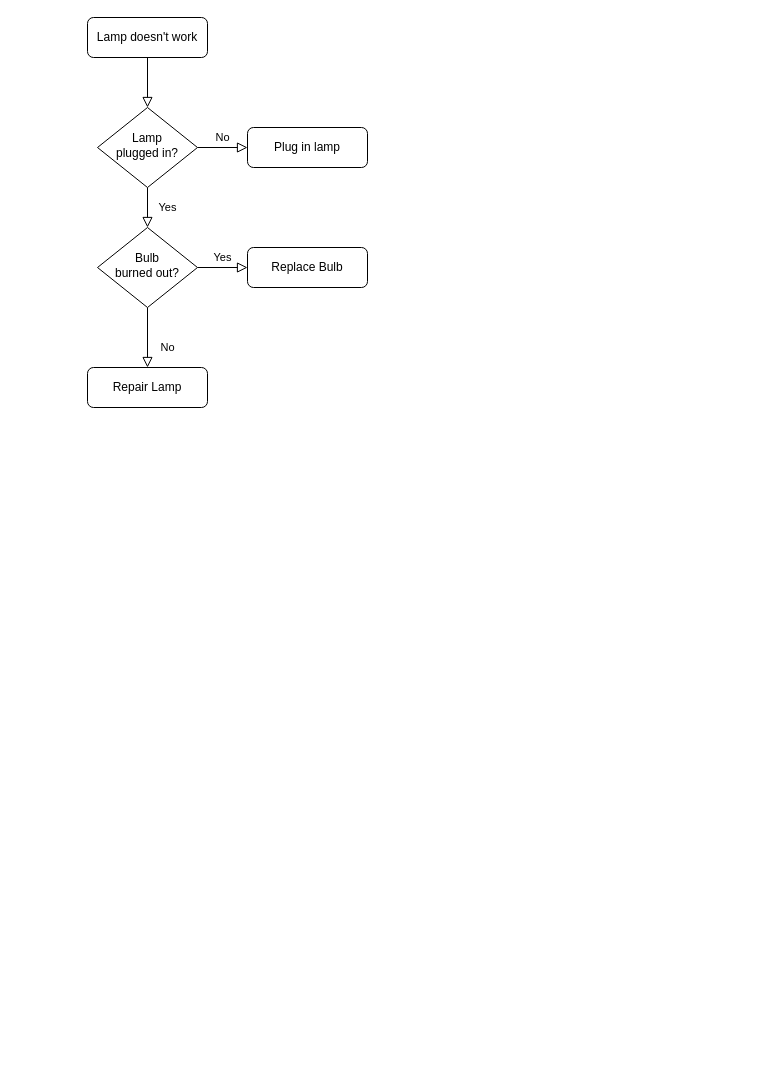
ChaimaeBen/Quizz keeps this draw.io diagram as Untitled Diagram.drawio. Above is the earlier version. Source tidied: cells renumbered, new cells numbered last; positions are measured from the earlier drawing's top-left corner, leaving out a move shared by most shapes. Both pictures are drawn from the tidied source at 100%, with x=0, y=0 at pixel (87, 17).
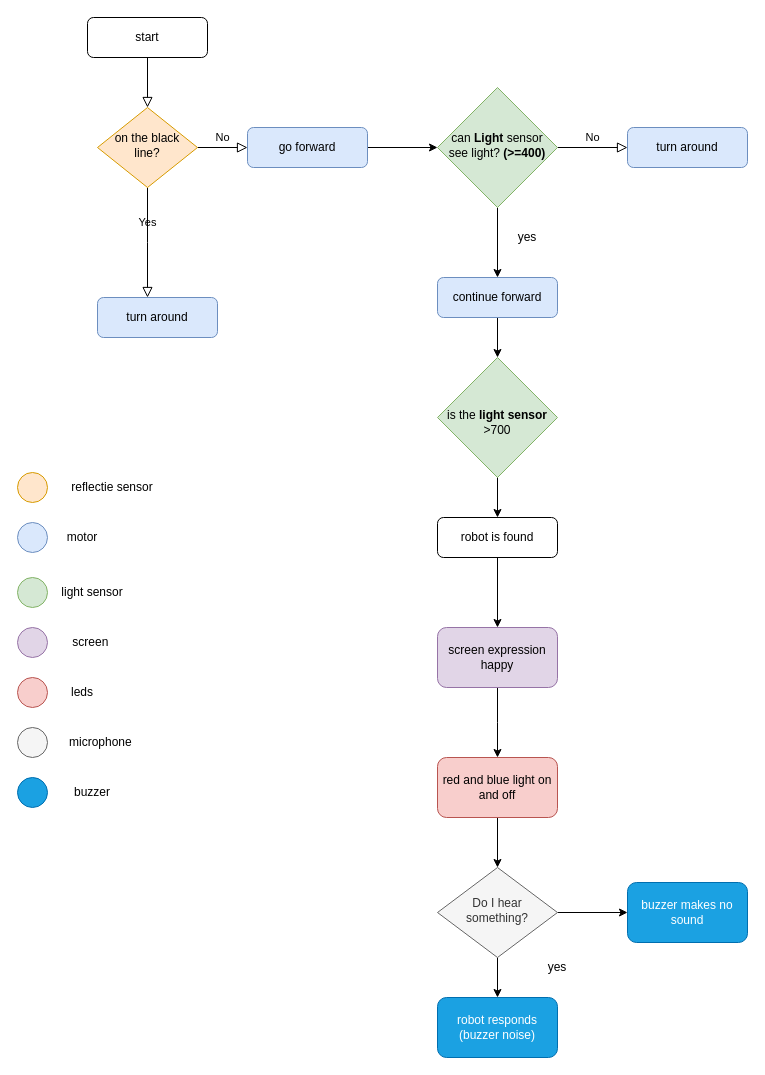
The same page after the edit.

Diff of the diagram source:
```diff
@@
-    <mxCell id="3" value="Lamp doesn't work" style="rounded=1;whiteSpace=wrap;html=1;fontSize=12;glass=0;strokeWidth=1;shadow=0;" parent="1" vertex="1">
+    <mxCell id="3" value="start" style="rounded=1;whiteSpace=wrap;html=1;fontSize=12;glass=0;strokeWidth=1;shadow=0;" parent="1" vertex="1">
       <mxGeometry width="120" height="40" as="geometry" />
     </mxCell>
-    <mxCell id="4" value="Yes" style="rounded=0;html=1;jettySize=auto;fontSize=11;endArrow=block;endFill=0;endSize=8;strokeWidth=1;shadow=0;labelBackgroundColor=none;edgeStyle=orthogonalEdgeStyle;" parent="1" edge="1" source="6" target="10">
-      <mxGeometry y="20" relative="1" as="geometry" />
+    <mxCell id="4" value="Yes" style="rounded=0;html=1;jettySize=auto;fontSize=11;endArrow=block;endFill=0;endSize=8;strokeWidth=1;shadow=0;labelBackgroundColor=none;edgeStyle=orthogonalEdgeStyle;" parent="1" edge="1" source="6">
+      <mxGeometry y="20" relative="1" as="geometry">
+        <mxPoint x="60" y="280" as="targetPoint" />
+      </mxGeometry>
     </mxCell>
@@
-    <mxCell id="6" value="Lamp&lt;br&gt;plugged in?" style="rhombus;whiteSpace=wrap;html=1;shadow=0;fontFamily=Helvetica;fontSize=12;align=center;strokeWidth=1;spacing=6;spacingTop=-4;" parent="1" vertex="1">
+    <mxCell id="6" value="on the black line?" style="rhombus;whiteSpace=wrap;html=1;shadow=0;fontFamily=Helvetica;fontSize=12;align=center;strokeWidth=1;spacing=6;spacingTop=-4;fillColor=#ffe6cc;strokeColor=#d79b00;" parent="1" vertex="1">
       <mxGeometry x="10" y="90" width="100" height="80" as="geometry" />
     </mxCell>
+    <mxCell id="13" style="edgeStyle=orthogonalEdgeStyle;rounded=0;jettySize=auto;html=1;" parent="1" edge="1" source="7" target="15">
+      <mxGeometry relative="1" as="geometry" />
+    </mxCell>
-    <mxCell id="7" value="Plug in lamp" style="rounded=1;whiteSpace=wrap;html=1;fontSize=12;glass=0;strokeWidth=1;shadow=0;" parent="1" vertex="1">
+    <mxCell id="7" value="go forward" style="rounded=1;whiteSpace=wrap;html=1;fontSize=12;glass=0;strokeWidth=1;shadow=0;fillColor=#dae8fc;strokeColor=#6c8ebf;" parent="1" vertex="1">
       <mxGeometry x="160" y="110" width="120" height="40" as="geometry" />
     </mxCell>
-    <mxCell id="8" value="No" style="rounded=0;html=1;jettySize=auto;fontSize=11;endArrow=block;endFill=0;endSize=8;strokeWidth=1;shadow=0;labelBackgroundColor=none;edgeStyle=orthogonalEdgeStyle;" parent="1" edge="1" source="10" target="11">
-      <mxGeometry x="0.33" y="20" relative="1" as="geometry" />
+    <mxCell id="8" value="No" style="edgeStyle=orthogonalEdgeStyle;rounded=0;html=1;jettySize=auto;fontSize=11;endArrow=block;endFill=0;endSize=8;strokeWidth=1;shadow=0;labelBackgroundColor=none;entryX=0;entryY=0.5;entryDx=0;entryDy=0;" parent="1" edge="1" source="15" target="16">
+      <mxGeometry y="10" relative="1" as="geometry" />
     </mxCell>
-    <mxCell id="9" value="Yes" style="edgeStyle=orthogonalEdgeStyle;rounded=0;html=1;jettySize=auto;fontSize=11;endArrow=block;endFill=0;endSize=8;strokeWidth=1;shadow=0;labelBackgroundColor=none;" parent="1" edge="1" source="10" target="12">
-      <mxGeometry y="10" relative="1" as="geometry" />
-    </mxCell>
-    <mxCell id="10" value="Bulb&lt;br&gt;burned out?" style="rhombus;whiteSpace=wrap;html=1;shadow=0;fontFamily=Helvetica;fontSize=12;align=center;strokeWidth=1;spacing=6;spacingTop=-4;" parent="1" vertex="1">
-      <mxGeometry x="10" y="210" width="100" height="80" as="geometry" />
-    </mxCell>
-    <mxCell id="11" value="Repair Lamp" style="rounded=1;whiteSpace=wrap;html=1;fontSize=12;glass=0;strokeWidth=1;shadow=0;" parent="1" vertex="1">
-      <mxGeometry y="350" width="120" height="40" as="geometry" />
-    </mxCell>
-    <mxCell id="12" value="Replace Bulb" style="rounded=1;whiteSpace=wrap;html=1;fontSize=12;glass=0;strokeWidth=1;shadow=0;" parent="1" vertex="1">
-      <mxGeometry x="160" y="230" width="120" height="40" as="geometry" />
-    </mxCell>
+    <mxCell id="14" style="edgeStyle=orthogonalEdgeStyle;rounded=0;jettySize=auto;html=1;" parent="1" edge="1" source="15" target="18">
+      <mxGeometry relative="1" as="geometry" />
+    </mxCell>
+    <mxCell id="15" value="can &lt;b&gt;Light &lt;/b&gt;sensor see light?&lt;b&gt; (&amp;gt;=400)&lt;/b&gt;" style="rhombus;whiteSpace=wrap;html=1;shadow=0;fontFamily=Helvetica;fontSize=12;align=center;strokeWidth=1;spacing=6;spacingTop=-4;fillColor=#d5e8d4;strokeColor=#82b366;" parent="1" vertex="1">
+      <mxGeometry x="350" y="70" width="120" height="120" as="geometry" />
+    </mxCell>
+    <mxCell id="16" value="turn around" style="rounded=1;whiteSpace=wrap;html=1;fontSize=12;glass=0;strokeWidth=1;shadow=0;fillColor=#dae8fc;strokeColor=#6c8ebf;" parent="1" vertex="1">
+      <mxGeometry x="540" y="110" width="120" height="40" as="geometry" />
+    </mxCell>
+    <mxCell id="17" style="edgeStyle=orthogonalEdgeStyle;rounded=0;jettySize=auto;html=1;" parent="1" edge="1" source="18" target="21">
+      <mxGeometry relative="1" as="geometry" />
+    </mxCell>
+    <mxCell id="18" value="continue forward" style="rounded=1;whiteSpace=wrap;html=1;fontSize=12;glass=0;strokeWidth=1;shadow=0;fillColor=#dae8fc;strokeColor=#6c8ebf;" parent="1" vertex="1">
+      <mxGeometry x="350" y="260" width="120" height="40" as="geometry" />
+    </mxCell>
+    <mxCell id="19" value="yes" style="text;html=1;strokeColor=none;fillColor=none;align=center;verticalAlign=middle;whiteSpace=wrap;rounded=0;" parent="1" vertex="1">
+      <mxGeometry x="420" y="210" width="40" height="20" as="geometry" />
+    </mxCell>
+    <mxCell id="20" style="edgeStyle=orthogonalEdgeStyle;rounded=0;orthogonalLoop=1;jettySize=auto;html=1;" parent="1" edge="1">
+      <mxGeometry relative="1" as="geometry">
+        <mxPoint x="410" y="390" as="sourcePoint" />
+        <mxPoint x="410" y="500" as="targetPoint" />
+      </mxGeometry>
+    </mxCell>
+    <mxCell id="21" value="&lt;br&gt;is the &lt;b&gt;light sensor&lt;/b&gt;&lt;br&gt;&amp;gt;700" style="rhombus;whiteSpace=wrap;html=1;shadow=0;fontFamily=Helvetica;fontSize=12;align=center;strokeWidth=1;spacing=6;spacingTop=-4;fillColor=#d5e8d4;strokeColor=#82b366;" parent="1" vertex="1">
+      <mxGeometry x="350" y="340" width="120" height="120" as="geometry" />
+    </mxCell>
+    <mxCell id="22" value="turn around" style="rounded=1;whiteSpace=wrap;html=1;fontSize=12;glass=0;strokeWidth=1;shadow=0;fillColor=#dae8fc;strokeColor=#6c8ebf;" parent="1" vertex="1">
+      <mxGeometry x="10" y="280" width="120" height="40" as="geometry" />
+    </mxCell>
+    <mxCell id="23" style="edgeStyle=orthogonalEdgeStyle;rounded=0;jettySize=auto;html=1;" parent="1" edge="1" source="24" target="26">
+      <mxGeometry relative="1" as="geometry" />
+    </mxCell>
+    <mxCell id="24" value="robot is found" style="rounded=1;whiteSpace=wrap;html=1;fontSize=12;glass=0;strokeWidth=1;shadow=0;" parent="1" vertex="1">
+      <mxGeometry x="350" y="500" width="120" height="40" as="geometry" />
+    </mxCell>
+    <mxCell id="25" style="edgeStyle=orthogonalEdgeStyle;rounded=0;jettySize=auto;html=1;" parent="1" edge="1" source="26">
+      <mxGeometry relative="1" as="geometry">
+        <mxPoint x="410" y="740" as="targetPoint" />
+      </mxGeometry>
+    </mxCell>
+    <mxCell id="26" value="screen expression happy" style="whiteSpace=wrap;html=1;rounded=1;shadow=0;strokeWidth=1;glass=0;fillColor=#e1d5e7;strokeColor=#9673a6;" parent="1" vertex="1">
+      <mxGeometry x="350" y="610" width="120" height="60" as="geometry" />
+    </mxCell>
+    <mxCell id="27" style="edgeStyle=orthogonalEdgeStyle;rounded=0;jettySize=auto;html=1;" parent="1" edge="1" source="29" target="30">
+      <mxGeometry relative="1" as="geometry" />
+    </mxCell>
+    <mxCell id="28" style="edgeStyle=orthogonalEdgeStyle;rounded=0;jettySize=auto;html=1;" parent="1" edge="1" source="29" target="34">
+      <mxGeometry relative="1" as="geometry" />
+    </mxCell>
+    <mxCell id="29" value="Do I hear something?" style="rhombus;whiteSpace=wrap;html=1;shadow=0;fontFamily=Helvetica;fontSize=12;align=center;strokeWidth=1;spacing=6;spacingTop=-4;fillColor=#f5f5f5;strokeColor=#666666;fontColor=#333333;" parent="1" vertex="1">
+      <mxGeometry x="350" y="850" width="120" height="90" as="geometry" />
+    </mxCell>
+    <mxCell id="30" value="robot responds (buzzer noise)" style="whiteSpace=wrap;html=1;rounded=1;shadow=0;strokeWidth=1;glass=0;fillColor=#1ba1e2;strokeColor=#006EAF;fontColor=#ffffff;" parent="1" vertex="1">
+      <mxGeometry x="350" y="980" width="120" height="60" as="geometry" />
+    </mxCell>
+    <mxCell id="31" style="edgeStyle=orthogonalEdgeStyle;rounded=0;jettySize=auto;html=1;" parent="1" edge="1" source="32" target="29">
+      <mxGeometry relative="1" as="geometry" />
+    </mxCell>
+    <mxCell id="32" value="red and blue light on and off" style="whiteSpace=wrap;html=1;rounded=1;shadow=0;strokeWidth=1;glass=0;fillColor=#f8cecc;strokeColor=#b85450;" parent="1" vertex="1">
+      <mxGeometry x="350" y="740" width="120" height="60" as="geometry" />
+    </mxCell>
+    <mxCell id="33" value="yes" style="text;html=1;strokeColor=none;fillColor=none;align=center;verticalAlign=middle;whiteSpace=wrap;rounded=0;" parent="1" vertex="1">
+      <mxGeometry x="450" y="940" width="40" height="20" as="geometry" />
+    </mxCell>
+    <mxCell id="34" value="buzzer makes no sound" style="whiteSpace=wrap;html=1;rounded=1;shadow=0;strokeWidth=1;glass=0;fillColor=#1ba1e2;strokeColor=#006EAF;fontColor=#ffffff;" parent="1" vertex="1">
+      <mxGeometry x="540" y="865" width="120" height="60" as="geometry" />
+    </mxCell>
+    <mxCell id="35" value="reflectie sensor" style="text;html=1;strokeColor=none;fillColor=none;align=center;verticalAlign=middle;whiteSpace=wrap;rounded=0;" parent="1" vertex="1">
+      <mxGeometry x="-40" y="460" width="130" height="20" as="geometry" />
+    </mxCell>
+    <mxCell id="36" style="ellipse;whiteSpace=wrap;html=1;fillColor=#ffe6cc;strokeColor=#d79b00;" parent="1" vertex="1">
+      <mxGeometry x="-70" y="455" width="30" height="30" as="geometry" />
+    </mxCell>
+    <mxCell id="37" style="ellipse;whiteSpace=wrap;html=1;fillColor=#dae8fc;strokeColor=#6c8ebf;" parent="1" vertex="1">
+      <mxGeometry x="-70" y="505" width="30" height="30" as="geometry" />
+    </mxCell>
+    <mxCell id="38" value="motor" style="text;html=1;strokeColor=none;fillColor=none;align=center;verticalAlign=middle;whiteSpace=wrap;rounded=0;" parent="1" vertex="1">
+      <mxGeometry x="-70" y="510" width="130" height="20" as="geometry" />
+    </mxCell>
+    <mxCell id="39" style="ellipse;whiteSpace=wrap;html=1;fillColor=#d5e8d4;strokeColor=#82b366;" parent="1" vertex="1">
+      <mxGeometry x="-70" y="560" width="30" height="30" as="geometry" />
+    </mxCell>
+    <mxCell id="40" value="light sensor" style="text;html=1;strokeColor=none;fillColor=none;align=center;verticalAlign=middle;whiteSpace=wrap;rounded=0;" parent="1" vertex="1">
+      <mxGeometry x="-60" y="565" width="130" height="20" as="geometry" />
+    </mxCell>
+    <mxCell id="41" style="edgeStyle=orthogonalEdgeStyle;rounded=0;orthogonalLoop=1;jettySize=auto;html=1;exitX=0.5;exitY=1;exitDx=0;exitDy=0;" parent="1" edge="1" source="35" target="35">
+      <mxGeometry relative="1" as="geometry" />
+    </mxCell>
+    <mxCell id="42" style="ellipse;whiteSpace=wrap;html=1;fillColor=#e1d5e7;strokeColor=#9673a6;" parent="1" vertex="1">
+      <mxGeometry x="-70" y="610" width="30" height="30" as="geometry" />
+    </mxCell>
+    <mxCell id="43" value="screen&amp;nbsp;" style="text;html=1;strokeColor=none;fillColor=none;align=center;verticalAlign=middle;whiteSpace=wrap;rounded=0;" parent="1" vertex="1">
+      <mxGeometry x="-60" y="615" width="130" height="20" as="geometry" />
+    </mxCell>
+    <mxCell id="44" style="ellipse;whiteSpace=wrap;html=1;fillColor=#f8cecc;strokeColor=#b85450;" parent="1" vertex="1">
+      <mxGeometry x="-70" y="660" width="30" height="30" as="geometry" />
+    </mxCell>
+    <mxCell id="45" value="leds" style="text;html=1;strokeColor=none;fillColor=none;align=center;verticalAlign=middle;whiteSpace=wrap;rounded=0;" parent="1" vertex="1">
+      <mxGeometry x="-70" y="665" width="130" height="20" as="geometry" />
+    </mxCell>
+    <mxCell id="46" style="ellipse;whiteSpace=wrap;html=1;fillColor=#f5f5f5;strokeColor=#666666;fontColor=#333333;" parent="1" vertex="1">
+      <mxGeometry x="-70" y="710" width="30" height="30" as="geometry" />
+    </mxCell>
+    <mxCell id="47" value="microphone&amp;nbsp;" style="text;html=1;strokeColor=none;fillColor=none;align=center;verticalAlign=middle;whiteSpace=wrap;rounded=0;" parent="1" vertex="1">
+      <mxGeometry x="-50" y="715" width="130" height="20" as="geometry" />
+    </mxCell>
+    <mxCell id="48" style="ellipse;whiteSpace=wrap;html=1;fillColor=#1ba1e2;strokeColor=#006EAF;fontColor=#ffffff;" parent="1" vertex="1">
+      <mxGeometry x="-70" y="760" width="30" height="30" as="geometry" />
+    </mxCell>
+    <mxCell id="49" value="buzzer" style="text;html=1;strokeColor=none;fillColor=none;align=center;verticalAlign=middle;whiteSpace=wrap;rounded=0;" parent="1" vertex="1">
+      <mxGeometry x="-60" y="765" width="130" height="20" as="geometry" />
+    </mxCell>
+    <mxCell id="50" style="edgeStyle=orthogonalEdgeStyle;rounded=0;orthogonalLoop=1;jettySize=auto;html=1;exitX=0.5;exitY=1;exitDx=0;exitDy=0;" parent="1" edge="1" source="49" target="49">
+      <mxGeometry relative="1" as="geometry" />
+    </mxCell>
```
